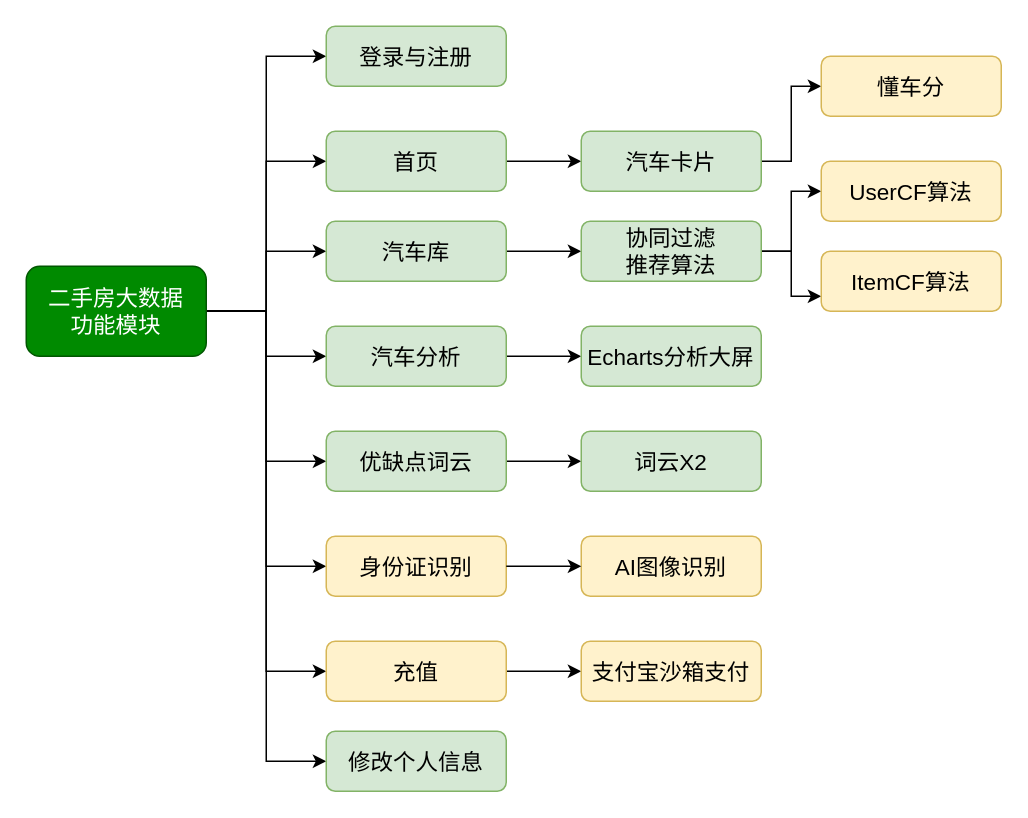
Above: flask-二手房大数据【南京】.drawio in redcomet88/DRAW (draw.io), before the change. Source tidied: cells renumbered, new cells numbered last; positions are measured from the earlier drawing's top-left corner, leaving out a move shared by most shapes. Both pictures are drawn from the tidied source at 150%, with x=0, y=0 at pixel (26, 26).
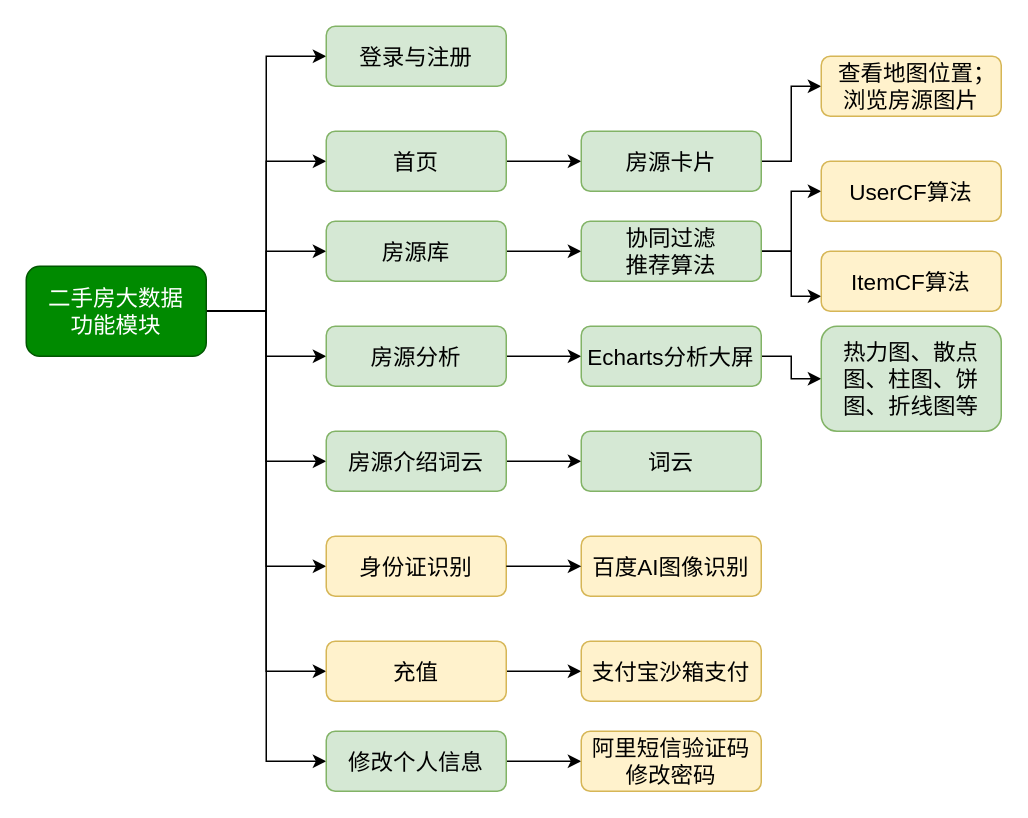
After the change.

Commit message:
Update flask-二手房大数据【南京】.drawio

The change refers to these unchanged cells:
```xml
<mxCell id="22" value="Echarts分析大屏" style="rounded=1;whiteSpace=wrap;html=1;fontSize=15;fillColor=#d5e8d4;strokeColor=#82b366;" parent="1" vertex="1">
  <mxGeometry x="370" y="200" width="120" height="40" as="geometry" />
</mxCell>
<mxCell id="30" value="修改个人信息" style="rounded=1;whiteSpace=wrap;html=1;fontSize=15;fillColor=#d5e8d4;strokeColor=#82b366;" parent="1" vertex="1">
  <mxGeometry x="200" y="470" width="120" height="40" as="geometry" />
</mxCell>
```

Change to the diagram source:
```diff
@@
-    <mxCell id="15" value="汽车分析" style="rounded=1;whiteSpace=wrap;html=1;fontSize=15;fillColor=#d5e8d4;strokeColor=#82b366;" parent="1" vertex="1">
+    <mxCell id="15" value="房源分析" style="rounded=1;whiteSpace=wrap;html=1;fontSize=15;fillColor=#d5e8d4;strokeColor=#82b366;" parent="1" vertex="1">
       <mxGeometry x="200" y="200" width="120" height="40" as="geometry" />
     </mxCell>
@@
-    <mxCell id="17" value="汽车卡片" style="rounded=1;whiteSpace=wrap;html=1;fontSize=15;fillColor=#d5e8d4;strokeColor=#82b366;" parent="1" vertex="1">
+    <mxCell id="17" value="房源卡片" style="rounded=1;whiteSpace=wrap;html=1;fontSize=15;fillColor=#d5e8d4;strokeColor=#82b366;" parent="1" vertex="1">
       <mxGeometry x="370" y="70" width="120" height="40" as="geometry" />
     </mxCell>
@@
-    <mxCell id="19" value="优缺点词云" style="rounded=1;whiteSpace=wrap;html=1;fontSize=15;fillColor=#d5e8d4;strokeColor=#82b366;" parent="1" vertex="1">
+    <mxCell id="19" value="房源介绍词云" style="rounded=1;whiteSpace=wrap;html=1;fontSize=15;fillColor=#d5e8d4;strokeColor=#82b366;" parent="1" vertex="1">
       <mxGeometry x="200" y="270" width="120" height="40" as="geometry" />
     </mxCell>
@@
-    <mxCell id="21" value="词云X2" style="rounded=1;whiteSpace=wrap;html=1;fontSize=15;fillColor=#d5e8d4;strokeColor=#82b366;" parent="1" vertex="1">
+    <mxCell id="21" value="词云" style="rounded=1;whiteSpace=wrap;html=1;fontSize=15;fillColor=#d5e8d4;strokeColor=#82b366;" parent="1" vertex="1">
       <mxGeometry x="370" y="270" width="120" height="40" as="geometry" />
     </mxCell>
+    <mxCell id="37" style="edgeStyle=orthogonalEdgeStyle;rounded=0;jettySize=auto;html=1;exitX=1;exitY=0.5;exitDx=0;exitDy=0;entryX=0;entryY=0.5;entryDx=0;entryDy=0;" parent="1" edge="1" source="22" target="39">
+      <mxGeometry relative="1" as="geometry" />
+    </mxCell>
@@
-    <mxCell id="24" value="汽车库" style="rounded=1;whiteSpace=wrap;html=1;fontSize=15;fillColor=#d5e8d4;strokeColor=#82b366;" parent="1" vertex="1">
+    <mxCell id="24" value="房源库" style="rounded=1;whiteSpace=wrap;html=1;fontSize=15;fillColor=#d5e8d4;strokeColor=#82b366;" parent="1" vertex="1">
       <mxGeometry x="200" y="130" width="120" height="40" as="geometry" />
     </mxCell>
@@
-    <mxCell id="28" value="AI图像识别" style="rounded=1;whiteSpace=wrap;html=1;fontSize=15;fillColor=#fff2cc;strokeColor=#d6b656;" parent="1" vertex="1">
+    <mxCell id="28" value="百度AI图像识别" style="rounded=1;whiteSpace=wrap;html=1;fontSize=15;fillColor=#fff2cc;strokeColor=#d6b656;" parent="1" vertex="1">
       <mxGeometry x="370" y="340" width="120" height="40" as="geometry" />
     </mxCell>
@@
+    <mxCell id="38" style="edgeStyle=orthogonalEdgeStyle;rounded=0;jettySize=auto;html=1;exitX=1;exitY=0.5;exitDx=0;exitDy=0;entryX=0;entryY=0.5;entryDx=0;entryDy=0;" parent="1" edge="1" source="30" target="40">
+      <mxGeometry relative="1" as="geometry" />
+    </mxCell>
@@
-    <mxCell id="36" value="懂车分" style="rounded=1;whiteSpace=wrap;html=1;fontSize=15;fillColor=#fff2cc;strokeColor=#d6b656;" parent="1" vertex="1">
+    <mxCell id="36" value="&amp;nbsp; 查看地图位置；浏览房源图片" style="rounded=1;whiteSpace=wrap;html=1;fontSize=15;fillColor=#fff2cc;strokeColor=#d6b656;" parent="1" vertex="1">
       <mxGeometry x="530" y="20" width="120" height="40" as="geometry" />
     </mxCell>
+    <mxCell id="39" value="热力图、散点图、柱图、饼图、折线图等" style="rounded=1;whiteSpace=wrap;html=1;fontSize=15;fillColor=#d5e8d4;strokeColor=#82b366;" parent="1" vertex="1">
+      <mxGeometry x="530" y="200" width="120" height="70" as="geometry" />
+    </mxCell>
+    <mxCell id="40" value="阿里短信验证码修改密码" style="rounded=1;whiteSpace=wrap;html=1;fontSize=15;fillColor=#fff2cc;strokeColor=#d6b656;" parent="1" vertex="1">
+      <mxGeometry x="370" y="470" width="120" height="40" as="geometry" />
+    </mxCell>
```
